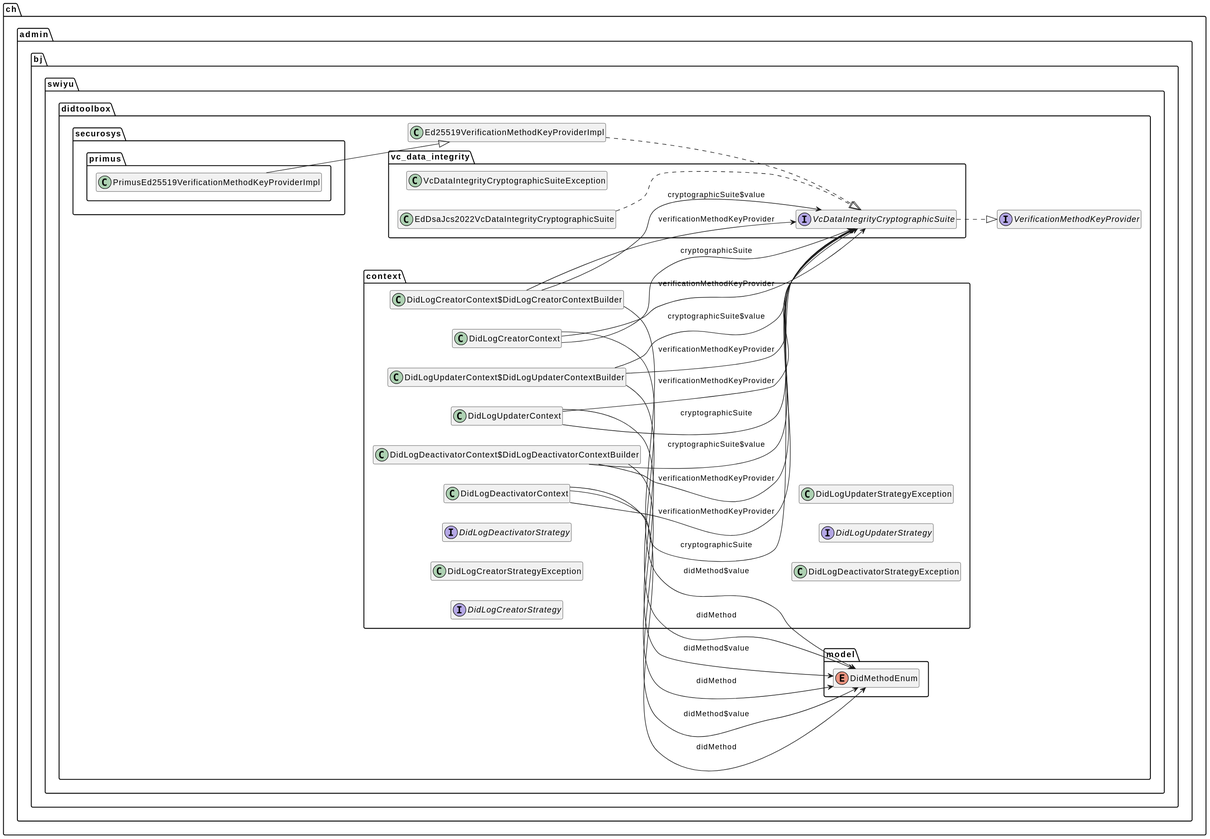
Earlier version of the PlantUML export src/main/plantuml/didtoolbox-api-classes-only.svg (swiyu-admin-ch/didtoolbox-java).
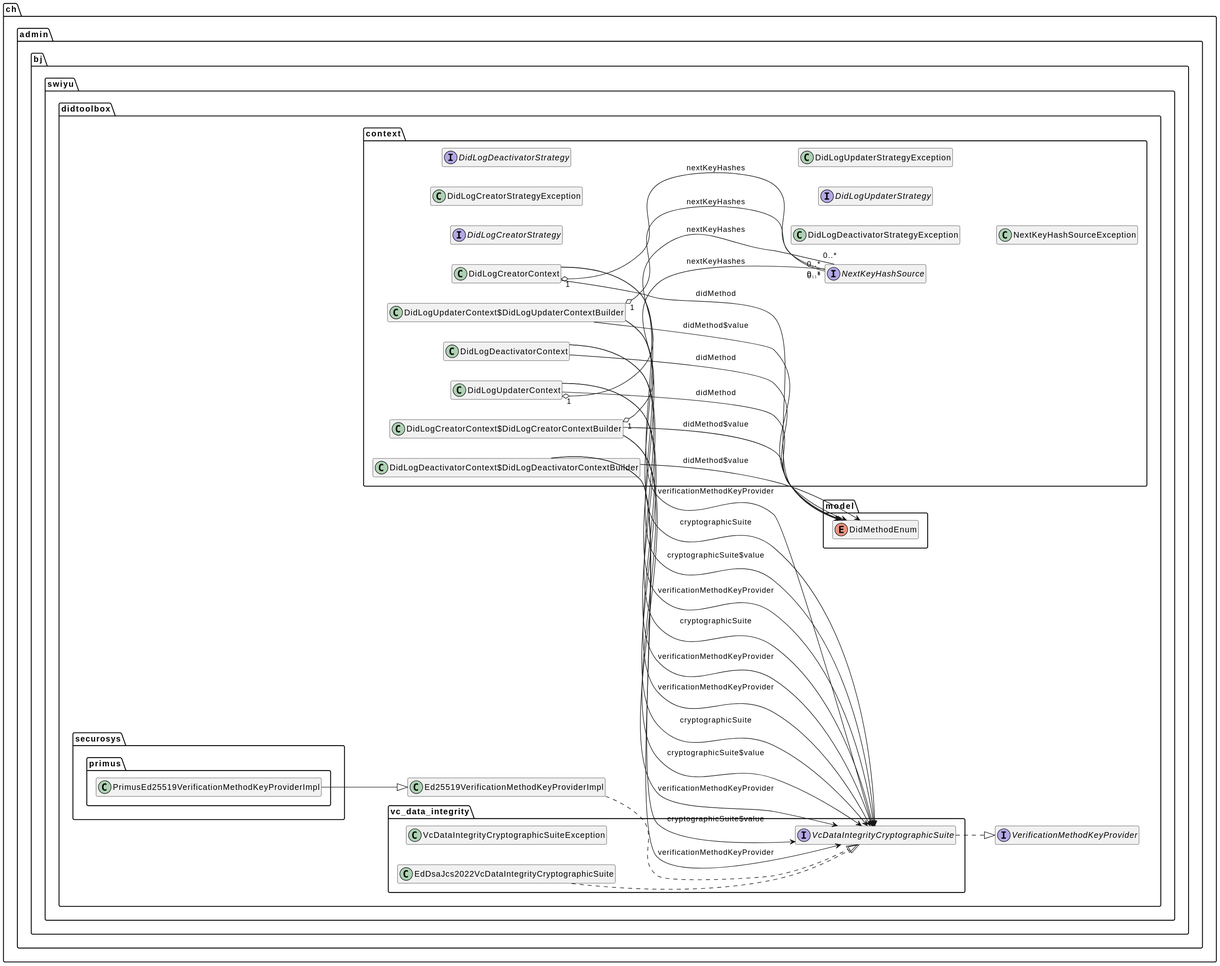
After the change.

Diff of the diagram source:
```diff
@@ -32,7 +32,8 @@
 	{method} +cryptographicSuite ( paramVcDataIntegrityCryptographicSuite1 : ch.admin.bj.swiyu.didtoolbox.vc_data_integrity.VcDataIntegrityCryptographicSuite ) : ch.admin.bj.swiyu.didtoolbox.context.DidLogCreatorContext$DidLogCreatorContextBuilder
 	{method} +didMethod ( paramDidMethodEnum1 : ch.admin.bj.swiyu.didtoolbox.model.DidMethodEnum ) : ch.admin.bj.swiyu.didtoolbox.context.DidLogCreatorContext$DidLogCreatorContextBuilder
 	{method} +forceOverwrite ( paramboolean1 : boolean ) : ch.admin.bj.swiyu.didtoolbox.context.DidLogCreatorContext$DidLogCreatorContextBuilder
-	{method} +nextKeys ( paramSet1 : java.util.Set ) : ch.admin.bj.swiyu.didtoolbox.context.DidLogCreatorContext$DidLogCreatorContextBuilder
+	{method} +nextKeyHashes ( paramSet1 : java.util.Set ) : ch.admin.bj.swiyu.didtoolbox.context.DidLogCreatorContext$DidLogCreatorContextBuilder
+	{method} +nextKeys ( paramSet1 : java.util.Set ) : ch.admin.bj.swiyu.didtoolbox.context.DidLogCreatorContext$DidLogCreatorContextBuilder <<deprecated>>
 	{method} +toString () : String
 	{method} +updateKeys ( paramSet1 : java.util.Set ) : ch.admin.bj.swiyu.didtoolbox.context.DidLogCreatorContext$DidLogCreatorContextBuilder
 	{method} +verificationMethodKeyProvider ( paramVcDataIntegrityCryptographicSuite1 : ch.admin.bj.swiyu.didtoolbox.vc_data_integrity.VcDataIntegrityCryptographicSuite ) : ch.admin.bj.swiyu.didtoolbox.context.DidLogCreatorContext$DidLogCreatorContextBuilder <<deprecated>>
@@ -87,7 +88,8 @@
 	{method} +build () : ch.admin.bj.swiyu.didtoolbox.context.DidLogUpdaterContext
 	{method} +cryptographicSuite ( paramVcDataIntegrityCryptographicSuite1 : ch.admin.bj.swiyu.didtoolbox.vc_data_integrity.VcDataIntegrityCryptographicSuite ) : ch.admin.bj.swiyu.didtoolbox.context.DidLogUpdaterContext$DidLogUpdaterContextBuilder
 	{method} +didMethod ( paramDidMethodEnum1 : ch.admin.bj.swiyu.didtoolbox.model.DidMethodEnum ) : ch.admin.bj.swiyu.didtoolbox.context.DidLogUpdaterContext$DidLogUpdaterContextBuilder
-	{method} +nextKeys ( paramSet1 : java.util.Set ) : ch.admin.bj.swiyu.didtoolbox.context.DidLogUpdaterContext$DidLogUpdaterContextBuilder
+	{method} +nextKeyHashes ( paramSet1 : java.util.Set ) : ch.admin.bj.swiyu.didtoolbox.context.DidLogUpdaterContext$DidLogUpdaterContextBuilder
+	{method} +nextKeys ( paramSet1 : java.util.Set ) : ch.admin.bj.swiyu.didtoolbox.context.DidLogUpdaterContext$DidLogUpdaterContextBuilder <<deprecated>>
 	{method} +toString () : String
 	{method} +updateKeys ( paramSet1 : java.util.Set ) : ch.admin.bj.swiyu.didtoolbox.context.DidLogUpdaterContext$DidLogUpdaterContextBuilder
 	{method} +verificationMethodKeyProvider ( paramVcDataIntegrityCryptographicSuite1 : ch.admin.bj.swiyu.didtoolbox.vc_data_integrity.VcDataIntegrityCryptographicSuite ) : ch.admin.bj.swiyu.didtoolbox.context.DidLogUpdaterContext$DidLogUpdaterContextBuilder <<deprecated>>
@@ -102,6 +104,15 @@
 
 
 class ch.admin.bj.swiyu.didtoolbox.context.DidLogUpdaterStrategyException {
+}
+
+
+interface ch.admin.bj.swiyu.didtoolbox.context.NextKeyHashSource {
+	{method}  {abstract} +getHash () : String
+}
+
+
+class ch.admin.bj.swiyu.didtoolbox.context.NextKeyHashSourceException {
 }
 
 
@@ -141,9 +152,11 @@
 
 
 ch.admin.bj.swiyu.didtoolbox.Ed25519VerificationMethodKeyProviderImpl ..|>  ch.admin.bj.swiyu.didtoolbox.vc_data_integrity.VcDataIntegrityCryptographicSuite
+ch.admin.bj.swiyu.didtoolbox.context.DidLogCreatorContext "1" o-- "0..*"  ch.admin.bj.swiyu.didtoolbox.context.NextKeyHashSource : nextKeyHashes
 ch.admin.bj.swiyu.didtoolbox.context.DidLogCreatorContext -->  ch.admin.bj.swiyu.didtoolbox.model.DidMethodEnum : didMethod
 ch.admin.bj.swiyu.didtoolbox.context.DidLogCreatorContext -->  ch.admin.bj.swiyu.didtoolbox.vc_data_integrity.VcDataIntegrityCryptographicSuite : cryptographicSuite
 ch.admin.bj.swiyu.didtoolbox.context.DidLogCreatorContext -->  ch.admin.bj.swiyu.didtoolbox.vc_data_integrity.VcDataIntegrityCryptographicSuite : verificationMethodKeyProvider
+ch.admin.bj.swiyu.didtoolbox.context.DidLogCreatorContext$DidLogCreatorContextBuilder "1" o-- "0..*"  ch.admin.bj.swiyu.didtoolbox.context.NextKeyHashSource : nextKeyHashes
 ch.admin.bj.swiyu.didtoolbox.context.DidLogCreatorContext$DidLogCreatorContextBuilder -->  ch.admin.bj.swiyu.didtoolbox.model.DidMethodEnum : didMethod$value
 ch.admin.bj.swiyu.didtoolbox.context.DidLogCreatorContext$DidLogCreatorContextBuilder -->  ch.admin.bj.swiyu.didtoolbox.vc_data_integrity.VcDataIntegrityCryptographicSuite : cryptographicSuite$value
 ch.admin.bj.swiyu.didtoolbox.context.DidLogCreatorContext$DidLogCreatorContextBuilder -->  ch.admin.bj.swiyu.didtoolbox.vc_data_integrity.VcDataIntegrityCryptographicSuite : verificationMethodKeyProvider
@@ -153,9 +166,11 @@
 ch.admin.bj.swiyu.didtoolbox.context.DidLogDeactivatorContext$DidLogDeactivatorContextBuilder -->  ch.admin.bj.swiyu.didtoolbox.model.DidMethodEnum : didMethod$value
 ch.admin.bj.swiyu.didtoolbox.context.DidLogDeactivatorContext$DidLogDeactivatorContextBuilder -->  ch.admin.bj.swiyu.didtoolbox.vc_data_integrity.VcDataIntegrityCryptographicSuite : cryptographicSuite$value
 ch.admin.bj.swiyu.didtoolbox.context.DidLogDeactivatorContext$DidLogDeactivatorContextBuilder -->  ch.admin.bj.swiyu.didtoolbox.vc_data_integrity.VcDataIntegrityCryptographicSuite : verificationMethodKeyProvider
+ch.admin.bj.swiyu.didtoolbox.context.DidLogUpdaterContext "1" o-- "0..*"  ch.admin.bj.swiyu.didtoolbox.context.NextKeyHashSource : nextKeyHashes
 ch.admin.bj.swiyu.didtoolbox.context.DidLogUpdaterContext -->  ch.admin.bj.swiyu.didtoolbox.model.DidMethodEnum : didMethod
 ch.admin.bj.swiyu.didtoolbox.context.DidLogUpdaterContext -->  ch.admin.bj.swiyu.didtoolbox.vc_data_integrity.VcDataIntegrityCryptographicSuite : cryptographicSuite
 ch.admin.bj.swiyu.didtoolbox.context.DidLogUpdaterContext -->  ch.admin.bj.swiyu.didtoolbox.vc_data_integrity.VcDataIntegrityCryptographicSuite : verificationMethodKeyProvider
+ch.admin.bj.swiyu.didtoolbox.context.DidLogUpdaterContext$DidLogUpdaterContextBuilder "1" o-- "0..*"  ch.admin.bj.swiyu.didtoolbox.context.NextKeyHashSource : nextKeyHashes
 ch.admin.bj.swiyu.didtoolbox.context.DidLogUpdaterContext$DidLogUpdaterContextBuilder -->  ch.admin.bj.swiyu.didtoolbox.model.DidMethodEnum : didMethod$value
 ch.admin.bj.swiyu.didtoolbox.context.DidLogUpdaterContext$DidLogUpdaterContextBuilder -->  ch.admin.bj.swiyu.didtoolbox.vc_data_integrity.VcDataIntegrityCryptographicSuite : cryptographicSuite$value
 ch.admin.bj.swiyu.didtoolbox.context.DidLogUpdaterContext$DidLogUpdaterContextBuilder -->  ch.admin.bj.swiyu.didtoolbox.vc_data_integrity.VcDataIntegrityCryptographicSuite : verificationMethodKeyProvider
```
